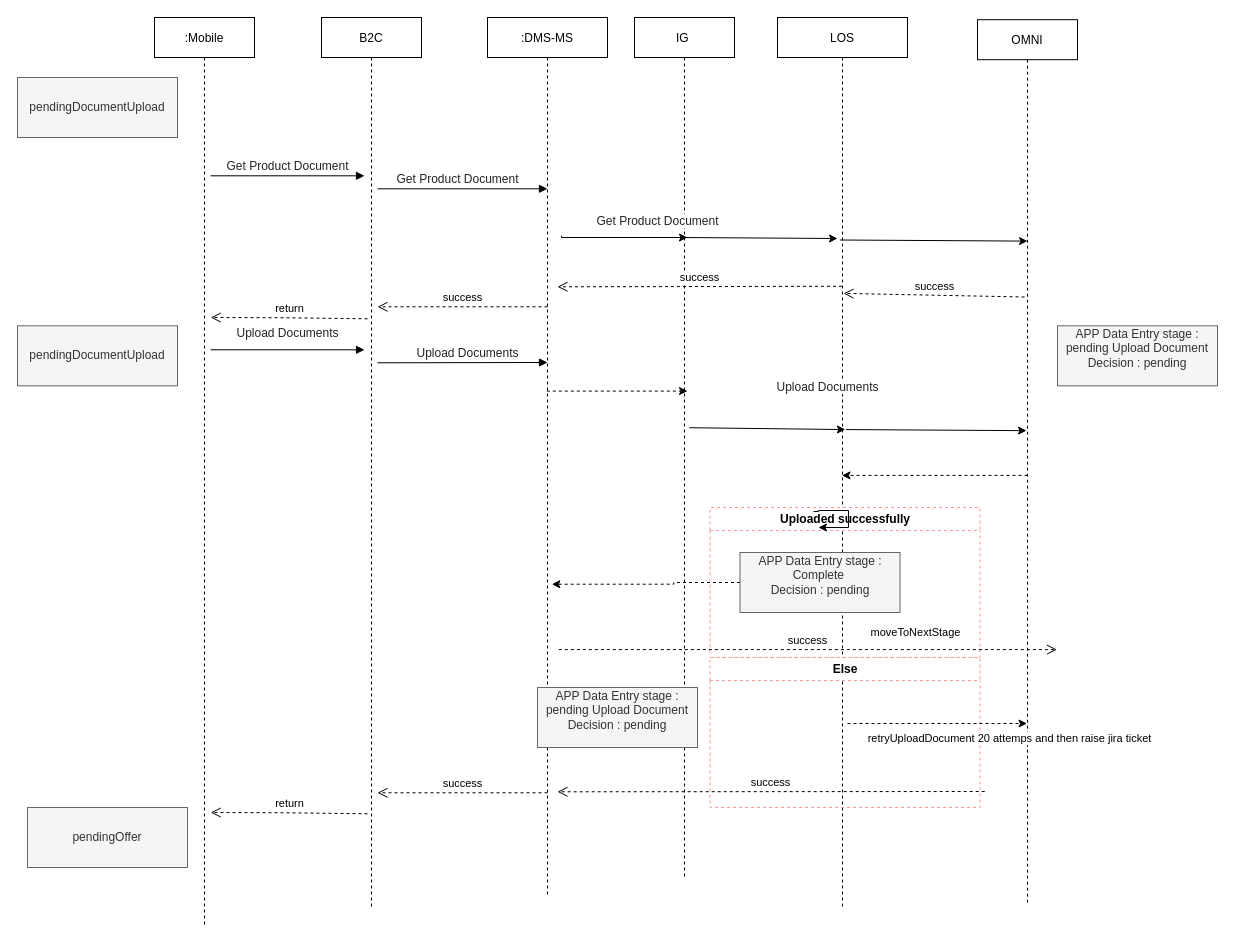
Above: page "Upload Document Flow" (15 of 19) of Migration Onboarding & origination Flow .drawio in MHosnii/DrawIo (draw.io), before the change. Source tidied: cells renumbered, new cells numbered last; positions are measured from the earlier drawing's top-left corner, leaving out a move shared by most shapes. Both pictures are drawn from the tidied source at 100%, with x=0, y=0 at pixel (17, 17).
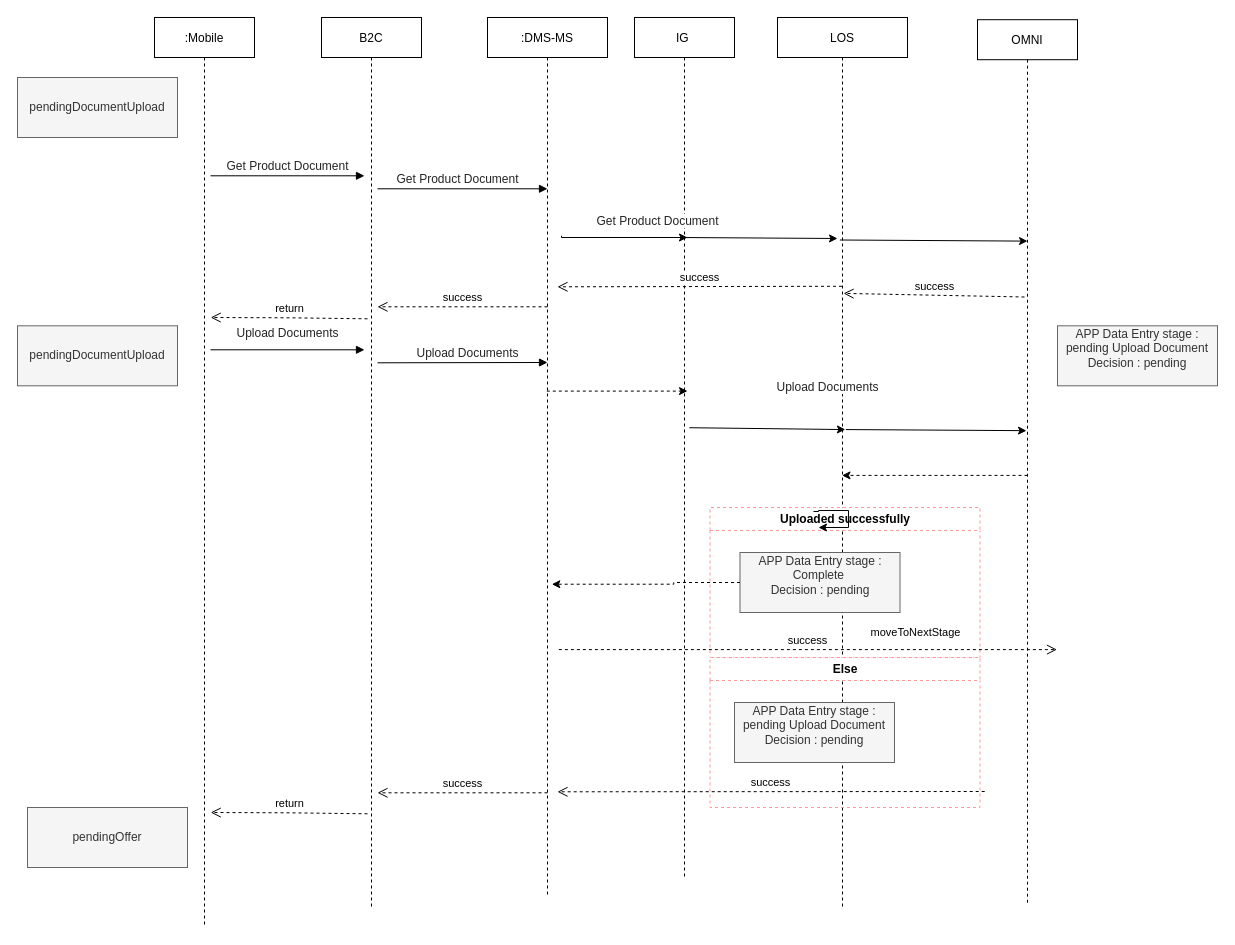
The same diagram, later.

The change refers to these unchanged cells:
```xml
<mxCell id="11" value="Else" style="swimlane;whiteSpace=wrap;html=1;strokeColor=#FF9999;strokeWidth=1;dashed=1;" parent="7" vertex="1">
  <mxGeometry x="-67.5" y="640" width="270" height="150" as="geometry" />
</mxCell>
<mxCell id="12" value=":DMS-MS" style="shape=umlLifeline;perimeter=lifelinePerimeter;rounded=0;shadow=0;strokeWidth=1;" parent="1" vertex="1">
  <mxGeometry x="470" width="120" height="880" as="geometry" />
</mxCell>
<mxCell id="17" value="OMNI" style="shape=umlLifeline;perimeter=lifelinePerimeter;rounded=0;shadow=0;strokeWidth=1;" parent="1" vertex="1">
  <mxGeometry x="960" y="2.2" width="100" height="885.7" as="geometry" />
</mxCell>
```

The edit, as a diff of the source:
```diff
@@
+    <mxCell id="13" value="APP Data Entry stage : pending Upload Document&lt;div&gt;Decision : pending&lt;br&gt;&lt;div&gt;&lt;br&gt;&lt;/div&gt;&lt;/div&gt;" style="text;html=1;align=center;verticalAlign=middle;whiteSpace=wrap;rounded=0;fillColor=#f5f5f5;fontColor=#333333;strokeColor=#666666;" parent="11" vertex="1">
+      <mxGeometry x="24.5" y="45" width="160" height="60" as="geometry" />
+    </mxCell>
@@
-    <mxCell id="13" value="APP Data Entry stage : pending Upload Document&lt;div&gt;Decision : pending&lt;br&gt;&lt;div&gt;&lt;br&gt;&lt;/div&gt;&lt;/div&gt;" style="text;html=1;align=center;verticalAlign=middle;whiteSpace=wrap;rounded=0;fillColor=#f5f5f5;fontColor=#333333;strokeColor=#666666;" parent="12" vertex="1">
-      <mxGeometry x="50" y="670" width="160" height="60" as="geometry" />
-    </mxCell>
@@
-    <mxCell id="20" style="rounded=0;jettySize=auto;html=1;dashed=1;" parent="1" edge="1" target="17">
-      <mxGeometry relative="1" as="geometry">
-        <mxPoint x="830" y="706" as="sourcePoint" />
-      </mxGeometry>
-    </mxCell>
-    <mxCell id="21" value="retryUploadDocument 20 attemps and then raise jira ticket" style="edgeLabel;html=1;align=center;verticalAlign=middle;" parent="20" vertex="1">
-      <mxGeometry x="-0.28" y="3" relative="1" as="geometry">
-        <mxPoint x="96" y="17" as="offset" />
-      </mxGeometry>
-    </mxCell>
```
